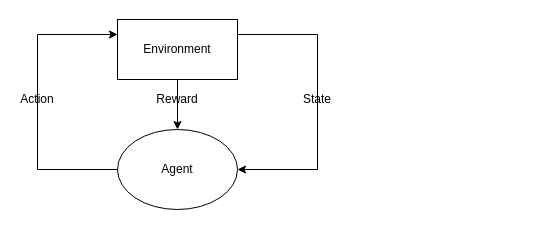
Above: page "Page-1" (1 of 2) of figs/RLClassic.drawio in bobkatla/Honours_SafeRLWithXAI (draw.io), before the change. Source tidied: cells renumbered, new cells numbered last; positions are measured from the earlier drawing's top-left corner, leaving out a move shared by most shapes. Both pictures are drawn from the tidied source at 100%, with x=0, y=0 at pixel (17, 19).
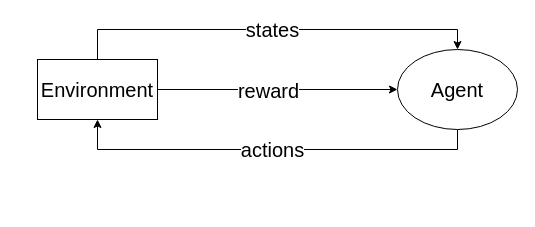
Above is the later version.

What changed in the source:
```diff
@@
 <mxGraphModel>
   <root>
     <mxCell id="0" />
     <mxCell id="1" parent="0" />
-    <mxCell id="2" style="edgeStyle=orthogonalEdgeStyle;rounded=0;jettySize=auto;html=1;exitX=0.5;exitY=1;exitDx=0;exitDy=0;entryX=0.5;entryY=0;entryDx=0;entryDy=0;" parent="1" edge="1" source="3" target="5">
-      <mxGeometry relative="1" as="geometry" />
-    </mxCell>
+    <mxCell id="10" value="states" style="edgeStyle=orthogonalEdgeStyle;rounded=0;jettySize=auto;html=1;exitX=0.5;exitY=0;exitDx=0;exitDy=0;entryX=0.5;entryY=0;entryDx=0;entryDy=0;fontSize=20;" parent="1" edge="1" source="3" target="5">
+      <mxGeometry relative="1" as="geometry" />
+    </mxCell>
+    <mxCell id="11" style="edgeStyle=orthogonalEdgeStyle;rounded=0;jettySize=auto;html=1;fontSize=20;" parent="1" edge="1" source="3" target="5">
+      <mxGeometry relative="1" as="geometry" />
+    </mxCell>
+    <mxCell id="12" value="reward" style="edgeLabel;html=1;align=center;verticalAlign=middle;fontSize=20;" parent="11" vertex="1">
+      <mxGeometry x="-0.1" relative="1" as="geometry">
+        <mxPoint x="2" as="offset" />
+      </mxGeometry>
+    </mxCell>
-    <mxCell id="3" value="Environment" style="rounded=0;whiteSpace=wrap;html=1;" parent="1" vertex="1">
-      <mxGeometry x="100" width="120" height="60" as="geometry" />
+    <mxCell id="3" value="Environment" style="rounded=0;whiteSpace=wrap;html=1;fontSize=20;" parent="1" vertex="1">
+      <mxGeometry x="20" y="40" width="120" height="60" as="geometry" />
     </mxCell>
-    <mxCell id="4" style="edgeStyle=orthogonalEdgeStyle;rounded=0;jettySize=auto;html=1;entryX=0;entryY=0.25;entryDx=0;entryDy=0;" parent="1" edge="1" source="5" target="3">
-      <mxGeometry relative="1" as="geometry">
-        <Array as="points">
-          <mxPoint x="20" y="150" />
-          <mxPoint x="20" y="15" />
-        </Array>
-      </mxGeometry>
+    <mxCell id="4" value="actions" style="edgeStyle=orthogonalEdgeStyle;rounded=0;jettySize=auto;html=1;exitX=0.5;exitY=1;exitDx=0;exitDy=0;entryX=0.5;entryY=1;entryDx=0;entryDy=0;fontSize=20;" parent="1" edge="1" source="5" target="3">
+      <mxGeometry relative="1" as="geometry" />
     </mxCell>
-    <mxCell id="5" value="Agent" style="ellipse;whiteSpace=wrap;html=1;" parent="1" vertex="1">
-      <mxGeometry x="100" y="110" width="120" height="80" as="geometry" />
+    <mxCell id="5" value="Agent" style="ellipse;whiteSpace=wrap;html=1;fontSize=20;" parent="1" vertex="1">
+      <mxGeometry x="380" y="30" width="120" height="80" as="geometry" />
     </mxCell>
-    <mxCell id="6" style="edgeStyle=orthogonalEdgeStyle;rounded=0;jettySize=auto;html=1;entryX=1;entryY=0.5;entryDx=0;entryDy=0;exitX=1;exitY=0.25;exitDx=0;exitDy=0;" parent="1" edge="1" source="3" target="5">
-      <mxGeometry relative="1" as="geometry">
-        <Array as="points">
-          <mxPoint x="300" y="15" />
-          <mxPoint x="300" y="150" />
-        </Array>
-      </mxGeometry>
-    </mxCell>
-    <mxCell id="7" value="Action" style="text;html=1;strokeColor=none;fillColor=none;align=center;verticalAlign=middle;whiteSpace=wrap;rounded=0;" parent="1" vertex="1">
-      <mxGeometry y="70" width="40" height="20" as="geometry" />
-    </mxCell>
-    <mxCell id="8" value="State" style="text;html=1;strokeColor=none;fillColor=none;align=center;verticalAlign=middle;whiteSpace=wrap;rounded=0;" parent="1" vertex="1">
-      <mxGeometry x="280" y="70" width="40" height="20" as="geometry" />
-    </mxCell>
-    <mxCell id="9" value="Reward" style="text;html=1;strokeColor=none;fillColor=none;align=center;verticalAlign=middle;whiteSpace=wrap;rounded=0;" parent="1" vertex="1">
-      <mxGeometry x="140" y="70" width="40" height="20" as="geometry" />
-    </mxCell>
   </root>
 </mxGraphModel>
```
